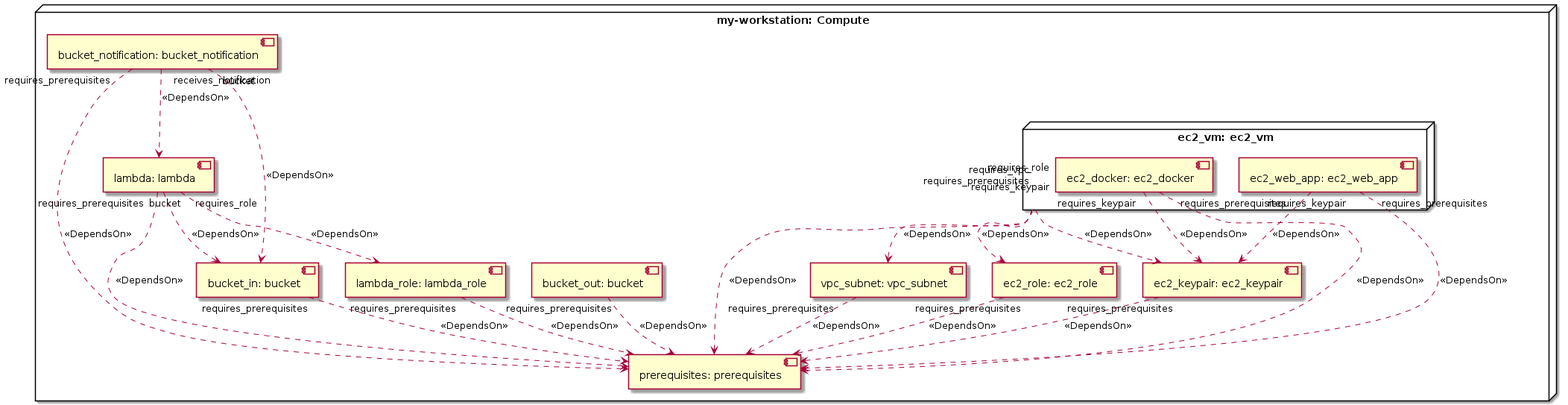
The PlantUML diagram diagrams/cloud-aws-thumbnail-generator-with-vm-service-uml2-deployment-diagram.png in xlab-si/xopera-examples, before a commit. The source it was exported from:
```plantuml
@startuml
skinparam componentStyle uml2

node "my-workstation: Compute" as node_my_workstation {
component "prerequisites: prerequisites" as node_prerequisites
component "lambda_role: lambda_role" as node_lambda_role
component "lambda: lambda" as node_lambda
component "bucket_in: bucket" as node_bucket_in
component "bucket_out: bucket" as node_bucket_out
component "bucket_notification: bucket_notification" as node_bucket_notification
component "vpc_subnet: vpc_subnet" as node_vpc_subnet
component "ec2_role: ec2_role" as node_ec2_role
component "ec2_keypair: ec2_keypair" as node_ec2_keypair
node "ec2_vm: ec2_vm" as node_ec2_vm {
component "ec2_docker: ec2_docker" as node_ec2_docker
component "ec2_web_app: ec2_web_app" as node_ec2_web_app
}
}
node_lambda_role "requires_prerequisites" ..> node_prerequisites : <<DependsOn>>
node_lambda "requires_prerequisites" ..> node_prerequisites : <<DependsOn>>
node_lambda "requires_role" ..> node_lambda_role : <<DependsOn>>
node_lambda "bucket" ..> node_bucket_in : <<DependsOn>>
node_bucket_in "requires_prerequisites" ..> node_prerequisites : <<DependsOn>>
node_bucket_out "requires_prerequisites" ..> node_prerequisites : <<DependsOn>>
node_bucket_notification "requires_prerequisites" ..> node_prerequisites : <<DependsOn>>
node_bucket_notification "receives_notification" ..> node_lambda : <<DependsOn>>
node_bucket_notification "bucket" ..> node_bucket_in : <<DependsOn>>
node_vpc_subnet "requires_prerequisites" ..> node_prerequisites : <<DependsOn>>
node_ec2_role "requires_prerequisites" ..> node_prerequisites : <<DependsOn>>
node_ec2_keypair "requires_prerequisites" ..> node_prerequisites : <<DependsOn>>
node_ec2_vm "requires_prerequisites" ..> node_prerequisites : <<DependsOn>>
node_ec2_vm "requires_role" ..> node_ec2_role : <<DependsOn>>
node_ec2_vm "requires_vpc" ..> node_vpc_subnet : <<DependsOn>>
node_ec2_vm "requires_keypair" ..> node_ec2_keypair : <<DependsOn>>
node_ec2_docker "requires_prerequisites" ..> node_prerequisites : <<DependsOn>>
node_ec2_docker "requires_keypair" ..> node_ec2_keypair : <<DependsOn>>
node_ec2_web_app "requires_prerequisites" ..> node_prerequisites : <<DependsOn>>
node_ec2_web_app "requires_keypair" ..> node_ec2_keypair : <<DependsOn>>
@enduml
```
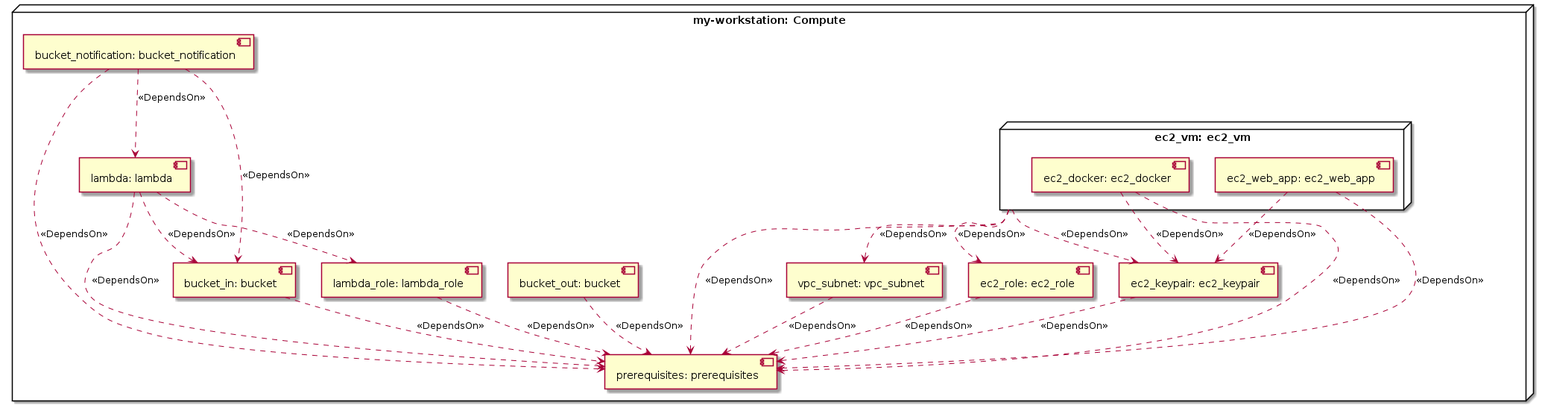
Later version of the same file.

Change to the diagram source:
```diff
@@ -16,24 +16,24 @@
 component "ec2_web_app: ec2_web_app" as node_ec2_web_app
 }
 }
-node_lambda_role "requires_prerequisites" ..> node_prerequisites : <<DependsOn>>
-node_lambda "requires_prerequisites" ..> node_prerequisites : <<DependsOn>>
-node_lambda "requires_role" ..> node_lambda_role : <<DependsOn>>
-node_lambda "bucket" ..> node_bucket_in : <<DependsOn>>
-node_bucket_in "requires_prerequisites" ..> node_prerequisites : <<DependsOn>>
-node_bucket_out "requires_prerequisites" ..> node_prerequisites : <<DependsOn>>
-node_bucket_notification "requires_prerequisites" ..> node_prerequisites : <<DependsOn>>
-node_bucket_notification "receives_notification" ..> node_lambda : <<DependsOn>>
-node_bucket_notification "bucket" ..> node_bucket_in : <<DependsOn>>
-node_vpc_subnet "requires_prerequisites" ..> node_prerequisites : <<DependsOn>>
-node_ec2_role "requires_prerequisites" ..> node_prerequisites : <<DependsOn>>
-node_ec2_keypair "requires_prerequisites" ..> node_prerequisites : <<DependsOn>>
-node_ec2_vm "requires_prerequisites" ..> node_prerequisites : <<DependsOn>>
-node_ec2_vm "requires_role" ..> node_ec2_role : <<DependsOn>>
-node_ec2_vm "requires_vpc" ..> node_vpc_subnet : <<DependsOn>>
-node_ec2_vm "requires_keypair" ..> node_ec2_keypair : <<DependsOn>>
-node_ec2_docker "requires_prerequisites" ..> node_prerequisites : <<DependsOn>>
-node_ec2_docker "requires_keypair" ..> node_ec2_keypair : <<DependsOn>>
-node_ec2_web_app "requires_prerequisites" ..> node_prerequisites : <<DependsOn>>
-node_ec2_web_app "requires_keypair" ..> node_ec2_keypair : <<DependsOn>>
+node_lambda_role ..> node_prerequisites : <<DependsOn>>
+node_lambda ..> node_prerequisites : <<DependsOn>>
+node_lambda ..> node_lambda_role : <<DependsOn>>
+node_lambda ..> node_bucket_in : <<DependsOn>>
+node_bucket_in ..> node_prerequisites : <<DependsOn>>
+node_bucket_out ..> node_prerequisites : <<DependsOn>>
+node_bucket_notification ..> node_prerequisites : <<DependsOn>>
+node_bucket_notification ..> node_lambda : <<DependsOn>>
+node_bucket_notification ..> node_bucket_in : <<DependsOn>>
+node_vpc_subnet ..> node_prerequisites : <<DependsOn>>
+node_ec2_role ..> node_prerequisites : <<DependsOn>>
+node_ec2_keypair ..> node_prerequisites : <<DependsOn>>
+node_ec2_vm ..> node_prerequisites : <<DependsOn>>
+node_ec2_vm ..> node_ec2_role : <<DependsOn>>
+node_ec2_vm ..> node_vpc_subnet : <<DependsOn>>
+node_ec2_vm ..> node_ec2_keypair : <<DependsOn>>
+node_ec2_docker ..> node_prerequisites : <<DependsOn>>
+node_ec2_docker ..> node_ec2_keypair : <<DependsOn>>
+node_ec2_web_app ..> node_prerequisites : <<DependsOn>>
+node_ec2_web_app ..> node_ec2_keypair : <<DependsOn>>
 @enduml
```
